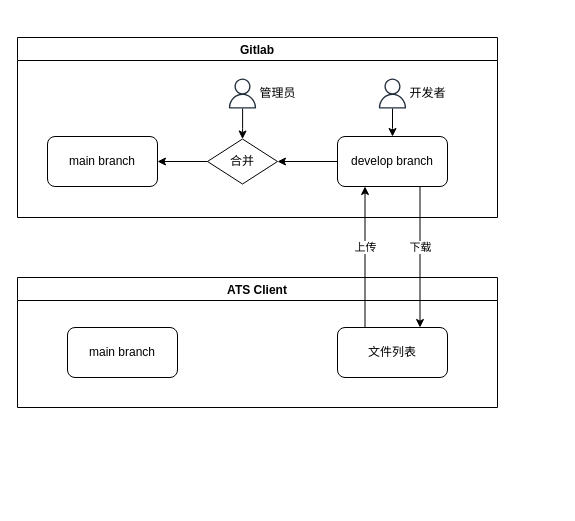
Earlier version of the draw.io diagram Draw/ATS/细则管理.drawio (huangjia2107/DrawOnline). Source tidied: cells renumbered, new cells numbered last; positions are measured from the earlier drawing's top-left corner, leaving out a move shared by most shapes. Both pictures are drawn from the tidied source at 100%, with x=0, y=0 at pixel (17, 37).
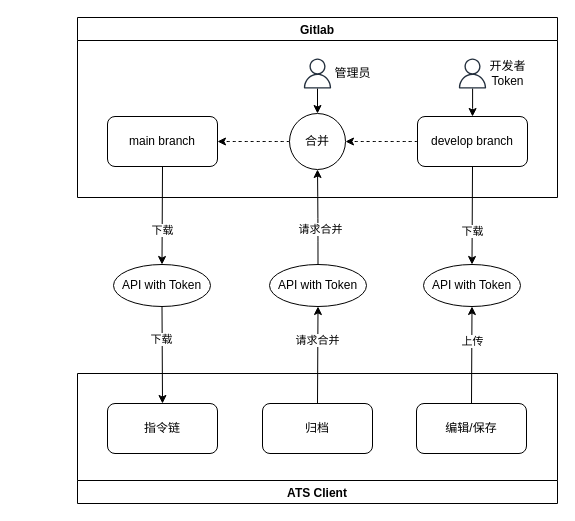
The same page after the edit.

Unchanged cells that the change refers to:
```xml
<mxCell id="3" value="main branch" style="rounded=1;whiteSpace=wrap;html=1;" parent="2" vertex="1">
  <mxGeometry x="30" y="99" width="110" height="50" as="geometry" />
</mxCell>
```

What changed in the source:
```diff
@@
     <mxCell id="2" value="Gitlab" style="swimlane;" parent="1" vertex="1">
-      <mxGeometry width="480" height="180" as="geometry" />
+      <mxGeometry x="60" y="-20" width="480" height="180" as="geometry" />
     </mxCell>
@@
-    <mxCell id="4" style="edgeStyle=orthogonalEdgeStyle;rounded=0;jettySize=auto;html=1;exitX=0;exitY=0.5;exitDx=0;exitDy=0;entryX=1;entryY=0.5;entryDx=0;entryDy=0;" parent="2" edge="1" source="5" target="7">
-      <mxGeometry relative="1" as="geometry" />
-    </mxCell>
-    <mxCell id="5" value="develop branch" style="rounded=1;whiteSpace=wrap;html=1;" parent="2" vertex="1">
-      <mxGeometry x="320" y="99" width="110" height="50" as="geometry" />
-    </mxCell>
-    <mxCell id="6" style="edgeStyle=orthogonalEdgeStyle;rounded=0;jettySize=auto;html=1;exitX=0;exitY=0.5;exitDx=0;exitDy=0;" parent="2" edge="1" source="7" target="3">
-      <mxGeometry relative="1" as="geometry" />
-    </mxCell>
-    <mxCell id="7" value="合并" style="rhombus;whiteSpace=wrap;html=1;" parent="2" vertex="1">
-      <mxGeometry x="190" y="101.5" width="70" height="45" as="geometry" />
-    </mxCell>
-    <mxCell id="8" style="edgeStyle=orthogonalEdgeStyle;rounded=0;jettySize=auto;html=1;" parent="2" edge="1" source="9" target="7">
+    <mxCell id="8" style="edgeStyle=orthogonalEdgeStyle;rounded=0;jettySize=auto;html=1;entryX=0.5;entryY=0;entryDx=0;entryDy=0;" parent="2" edge="1" source="9" target="7">
       <mxGeometry relative="1" as="geometry" />
     </mxCell>
     <mxCell id="9" style="sketch=0;outlineConnect=0;fontColor=#232F3E;gradientColor=none;fillColor=#232F3D;strokeColor=none;dashed=0;verticalLabelPosition=bottom;verticalAlign=top;align=center;html=1;fontSize=12;fontStyle=0;shape=mxgraph.aws4.user;" parent="2" vertex="1">
-      <mxGeometry x="210" y="41" width="30" height="30" as="geometry" />
+      <mxGeometry x="225" y="41" width="30" height="30" as="geometry" />
     </mxCell>
     <mxCell id="10" value="管理员" style="text;html=1;align=center;verticalAlign=middle;fillColor=none;strokeColor=none;rounded=0;" parent="2" vertex="1">
-      <mxGeometry x="235" y="46" width="50" height="20" as="geometry" />
+      <mxGeometry x="250" y="46" width="50" height="20" as="geometry" />
     </mxCell>
-    <mxCell id="11" style="edgeStyle=orthogonalEdgeStyle;rounded=0;jettySize=auto;html=1;" parent="2" edge="1" source="12" target="5">
+    <mxCell id="11" style="edgeStyle=orthogonalEdgeStyle;rounded=0;jettySize=auto;html=1;entryX=0.5;entryY=0;entryDx=0;entryDy=0;" parent="2" edge="1" source="12" target="5">
       <mxGeometry relative="1" as="geometry" />
     </mxCell>
     <mxCell id="12" style="sketch=0;outlineConnect=0;fontColor=#232F3E;gradientColor=none;fillColor=#232F3D;strokeColor=none;dashed=0;verticalLabelPosition=bottom;verticalAlign=top;align=center;html=1;fontSize=12;fontStyle=0;shape=mxgraph.aws4.user;" parent="2" vertex="1">
-      <mxGeometry x="360" y="41" width="30" height="30" as="geometry" />
+      <mxGeometry x="380" y="41" width="30" height="30" as="geometry" />
     </mxCell>
-    <mxCell id="13" value="开发者" style="text;html=1;align=center;verticalAlign=middle;fillColor=none;strokeColor=none;rounded=0;" parent="2" vertex="1">
-      <mxGeometry x="385" y="46" width="50" height="20" as="geometry" />
+    <mxCell id="13" value="开发者&lt;br&gt;Token" style="text;html=1;align=center;verticalAlign=middle;fillColor=none;strokeColor=none;rounded=0;" parent="2" vertex="1">
+      <mxGeometry x="405" y="41" width="50" height="30" as="geometry" />
     </mxCell>
+    <mxCell id="6" style="edgeStyle=orthogonalEdgeStyle;curved=1;rounded=0;jettySize=auto;html=1;exitX=0;exitY=0.5;exitDx=0;exitDy=0;entryX=1;entryY=0.5;entryDx=0;entryDy=0;dashed=1;" parent="2" edge="1" source="7" target="3">
+      <mxGeometry relative="1" as="geometry" />
+    </mxCell>
+    <mxCell id="7" value="合并" style="ellipse;whiteSpace=wrap;html=1;" parent="2" vertex="1">
+      <mxGeometry x="212" y="96" width="56" height="56" as="geometry" />
+    </mxCell>
+    <mxCell id="4" style="edgeStyle=orthogonalEdgeStyle;curved=1;rounded=0;jettySize=auto;html=1;exitX=0;exitY=0.5;exitDx=0;exitDy=0;entryX=1;entryY=0.5;entryDx=0;entryDy=0;dashed=1;" parent="2" edge="1" source="5" target="7">
+      <mxGeometry relative="1" as="geometry" />
+    </mxCell>
+    <mxCell id="5" value="develop branch" style="rounded=1;whiteSpace=wrap;html=1;" parent="2" vertex="1">
+      <mxGeometry x="340" y="99" width="110" height="50" as="geometry" />
+    </mxCell>
-    <mxCell id="14" value="ATS Client" style="swimlane;" parent="1" vertex="1">
-      <mxGeometry y="240" width="480" height="130" as="geometry" />
+    <mxCell id="14" value="ATS Client" style="swimlane;flipV=1;" parent="1" vertex="1">
+      <mxGeometry x="60" y="336" width="480" height="130" as="geometry" />
     </mxCell>
-    <mxCell id="15" value="main branch" style="rounded=1;whiteSpace=wrap;html=1;" parent="14" vertex="1">
-      <mxGeometry x="50" y="50" width="110" height="50" as="geometry" />
+    <mxCell id="15" value="归档" style="rounded=1;whiteSpace=wrap;html=1;" parent="14" vertex="1">
+      <mxGeometry x="185" y="30" width="110" height="50" as="geometry" />
     </mxCell>
-    <mxCell id="16" value="文件列表" style="rounded=1;whiteSpace=wrap;html=1;" parent="14" vertex="1">
-      <mxGeometry x="320" y="50" width="110" height="50" as="geometry" />
-    </mxCell>
-    <mxCell id="17" value="下载" style="edgeStyle=orthogonalEdgeStyle;rounded=0;jettySize=auto;html=1;exitX=0.75;exitY=1;exitDx=0;exitDy=0;entryX=0.75;entryY=0;entryDx=0;entryDy=0;" parent="1" edge="1" source="5" target="16">
-      <mxGeometry x="-0.14" relative="1" as="geometry" />
-    </mxCell>
+    <mxCell id="19" value="编辑/保存" style="rounded=1;whiteSpace=wrap;html=1;" parent="14" vertex="1">
+      <mxGeometry x="339" y="30" width="110" height="50" as="geometry" />
+    </mxCell>
+    <mxCell id="20" value="指令链" style="rounded=1;whiteSpace=wrap;html=1;" parent="14" vertex="1">
+      <mxGeometry x="30" y="30" width="110" height="50" as="geometry" />
+    </mxCell>
+    <mxCell id="21" value="API with Token" style="ellipse;whiteSpace=wrap;html=1;" parent="1" vertex="1">
+      <mxGeometry x="406" y="227" width="97" height="42" as="geometry" />
+    </mxCell>
+    <mxCell id="22" style="edgeStyle=none;rounded=0;jettySize=auto;html=1;exitX=0.5;exitY=0;exitDx=0;exitDy=0;entryX=0.5;entryY=1;entryDx=0;entryDy=0;" parent="1" edge="1" source="15" target="27">
+      <mxGeometry relative="1" as="geometry" />
+    </mxCell>
+    <mxCell id="23" value="请求合并" style="edgeLabel;html=1;align=center;verticalAlign=middle;" parent="22" vertex="1">
+      <mxGeometry x="0.33" y="1" relative="1" as="geometry">
+        <mxPoint y="2" as="offset" />
+      </mxGeometry>
+    </mxCell>
+    <mxCell id="24" style="edgeStyle=orthogonalEdgeStyle;curved=1;rounded=0;jettySize=auto;html=1;exitX=0.5;exitY=0;exitDx=0;exitDy=0;entryX=0.5;entryY=1;entryDx=0;entryDy=0;" parent="1" edge="1" source="27" target="7">
+      <mxGeometry relative="1" as="geometry" />
+    </mxCell>
+    <mxCell id="25" style="edgeLabel;html=1;align=center;verticalAlign=middle;" parent="24" vertex="1">
+      <mxGeometry x="-0.21" y="2" relative="1" as="geometry" />
+    </mxCell>
+    <mxCell id="26" value="请求合并" style="edgeLabel;html=1;align=center;verticalAlign=middle;" parent="24" vertex="1">
+      <mxGeometry x="-0.19" y="-2" relative="1" as="geometry">
+        <mxPoint y="3" as="offset" />
+      </mxGeometry>
+    </mxCell>
+    <mxCell id="27" value="API with Token" style="ellipse;whiteSpace=wrap;html=1;" parent="1" vertex="1">
+      <mxGeometry x="252" y="227" width="97" height="42" as="geometry" />
+    </mxCell>
+    <mxCell id="28" style="edgeStyle=none;rounded=0;jettySize=auto;html=1;exitX=0.5;exitY=1;exitDx=0;exitDy=0;entryX=0.5;entryY=0;entryDx=0;entryDy=0;" parent="1" edge="1" source="30" target="20">
+      <mxGeometry relative="1" as="geometry" />
+    </mxCell>
+    <mxCell id="29" value="下载" style="edgeLabel;html=1;align=center;verticalAlign=middle;" parent="28" vertex="1">
+      <mxGeometry x="-0.51" y="-1" relative="1" as="geometry">
+        <mxPoint y="8" as="offset" />
+      </mxGeometry>
+    </mxCell>
+    <mxCell id="30" value="API with Token" style="ellipse;whiteSpace=wrap;html=1;" parent="1" vertex="1">
+      <mxGeometry x="96" y="227" width="97" height="42" as="geometry" />
+    </mxCell>
+    <mxCell id="31" style="edgeStyle=none;rounded=0;jettySize=auto;html=1;exitX=0.5;exitY=1;exitDx=0;exitDy=0;entryX=0.5;entryY=0;entryDx=0;entryDy=0;" parent="1" edge="1" source="3" target="30">
+      <mxGeometry relative="1" as="geometry" />
+    </mxCell>
+    <mxCell id="32" value="下载" style="edgeLabel;html=1;align=center;verticalAlign=middle;" parent="31" vertex="1">
+      <mxGeometry x="0.41" relative="1" as="geometry">
+        <mxPoint y="-5" as="offset" />
+      </mxGeometry>
+    </mxCell>
+    <mxCell id="33" style="edgeStyle=none;rounded=0;jettySize=auto;html=1;exitX=0.5;exitY=0;exitDx=0;exitDy=0;entryX=0.5;entryY=1;entryDx=0;entryDy=0;" parent="1" edge="1" source="19" target="21">
+      <mxGeometry relative="1" as="geometry" />
+    </mxCell>
-    <mxCell id="18" value="上传" style="edgeStyle=orthogonalEdgeStyle;rounded=0;jettySize=auto;html=1;exitX=0.25;exitY=0;exitDx=0;exitDy=0;entryX=0.25;entryY=1;entryDx=0;entryDy=0;" parent="1" edge="1" source="16" target="5">
-      <mxGeometry x="0.14" relative="1" as="geometry" />
+    <mxCell id="18" value="上传" style="edgeLabel;html=1;align=center;verticalAlign=middle;" parent="33" vertex="1">
+      <mxGeometry x="0.51" relative="1" as="geometry">
+        <mxPoint y="10" as="offset" />
+      </mxGeometry>
     </mxCell>
+    <mxCell id="34" style="edgeStyle=none;rounded=0;jettySize=auto;html=1;exitX=0.5;exitY=1;exitDx=0;exitDy=0;entryX=0.5;entryY=0;entryDx=0;entryDy=0;" parent="1" edge="1" source="5" target="21">
+      <mxGeometry relative="1" as="geometry" />
+    </mxCell>
+    <mxCell id="35" value="下载" style="edgeLabel;html=1;align=center;verticalAlign=middle;" parent="34" vertex="1">
+      <mxGeometry x="0.38" relative="1" as="geometry">
+        <mxPoint y="-3" as="offset" />
+      </mxGeometry>
+    </mxCell>
```
